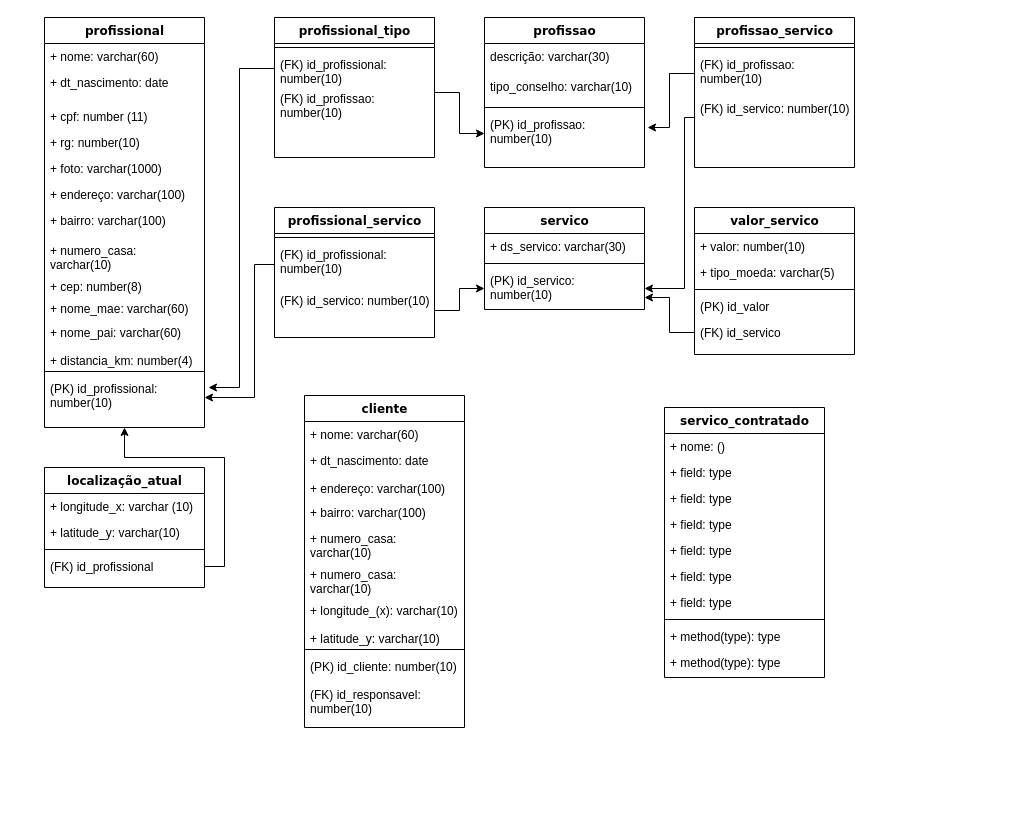
Above: ProjetoBD.drawio in merycd/flavio (draw.io), before the change. Source tidied: cells renumbered, new cells numbered last; positions are measured from the earlier drawing's top-left corner, leaving out a move shared by most shapes. Both pictures are drawn from the tidied source at 100%, with x=0, y=0 at pixel (44, 17).
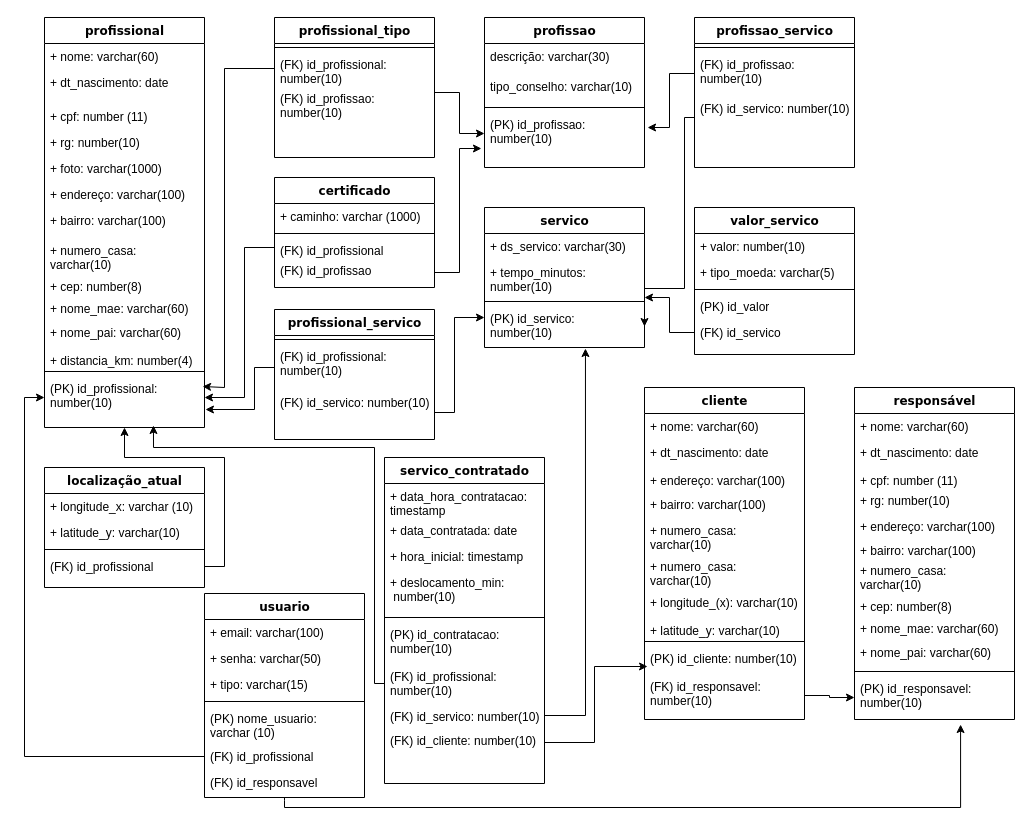
Above is the later version.

The change refers to these unchanged cells:
```xml
<mxCell id="16" value="(PK) id_profissional: number(10)" style="text;html=1;strokeColor=none;fillColor=none;align=left;verticalAlign=top;spacingLeft=4;spacingRight=4;whiteSpace=wrap;overflow=hidden;points=[[0,0.5],[1,0.5]];portConstraint=eastwest;" parent="2" vertex="1">
  <mxGeometry y="358" width="160" height="44" as="geometry" />
</mxCell>
<mxCell id="21" value="(PK) id_profissao: number(10)" style="text;html=1;strokeColor=none;fillColor=none;align=left;verticalAlign=top;spacingLeft=4;spacingRight=4;whiteSpace=wrap;overflow=hidden;points=[[0,0.5],[1,0.5]];portConstraint=eastwest;" parent="17" vertex="1">
  <mxGeometry y="94" width="160" height="44" as="geometry" />
</mxCell>
<mxCell id="28" value="(FK) id_profissional: number(10)" style="text;html=1;strokeColor=none;fillColor=none;align=left;verticalAlign=top;spacingLeft=4;spacingRight=4;whiteSpace=wrap;overflow=hidden;points=[[0,0.5],[1,0.5]];portConstraint=eastwest;" parent="26" vertex="1">
  <mxGeometry y="34" width="160" height="34" as="geometry" />
</mxCell>
<mxCell id="49" value="(FK) id_profissional: number(10)" style="text;html=1;strokeColor=none;fillColor=none;align=left;verticalAlign=top;spacingLeft=4;spacingRight=4;whiteSpace=wrap;overflow=hidden;points=[[0,0.5],[1,0.5]];portConstraint=eastwest;" parent="47" vertex="1">
  <mxGeometry y="34" width="160" height="46" as="geometry" />
</mxCell>
<mxCell id="50" value="(FK) id_servico: number(10)" style="text;html=1;strokeColor=none;fillColor=none;align=left;verticalAlign=top;spacingLeft=4;spacingRight=4;whiteSpace=wrap;overflow=hidden;points=[[0,0.5],[1,0.5]];portConstraint=eastwest;" parent="47" vertex="1">
  <mxGeometry y="80" width="160" height="46" as="geometry" />
</mxCell>
<mxCell id="78" value="(PK) id_cliente: number(10)" style="text;html=1;strokeColor=none;fillColor=none;align=left;verticalAlign=top;spacingLeft=4;spacingRight=4;whiteSpace=wrap;overflow=hidden;points=[[0,0.5],[1,0.5]];portConstraint=eastwest;" parent="68" vertex="1">
  <mxGeometry y="258" width="160" height="28" as="geometry" />
</mxCell>
<mxCell id="79" value="(FK) id_responsavel: number(10)" style="text;html=1;strokeColor=none;fillColor=none;align=left;verticalAlign=top;spacingLeft=4;spacingRight=4;whiteSpace=wrap;overflow=hidden;points=[[0,0.5],[1,0.5]];portConstraint=eastwest;" parent="68" vertex="1">
  <mxGeometry y="286" width="160" height="44" as="geometry" />
</mxCell>
```

The edit, as a diff of the source:
```diff
@@
     <mxCell id="22" value="servico" style="swimlane;html=1;fontStyle=1;align=center;verticalAlign=top;horizontal=1;startSize=26;swimlaneFillColor=#ffffff;rounded=0;shadow=0;comic=0;labelBackgroundColor=none;strokeWidth=1;fillColor=none;fontFamily=Verdana;fontSize=12;" parent="1" vertex="1">
-      <mxGeometry x="440" y="190" width="160" height="102" as="geometry" />
+      <mxGeometry x="440" y="190" width="160" height="140" as="geometry" />
     </mxCell>
@@
+    <mxCell id="80" value="+ tempo_minutos: number(10)" style="text;html=1;strokeColor=none;fillColor=none;align=left;verticalAlign=top;spacingLeft=4;spacingRight=4;whiteSpace=wrap;overflow=hidden;" parent="22" vertex="1">
+      <mxGeometry y="52" width="160" height="38" as="geometry" />
+    </mxCell>
     <mxCell id="24" style="line;html=1;strokeWidth=1;fillColor=none;align=left;verticalAlign=middle;spacingTop=-1;spacingLeft=3;spacingRight=3;labelPosition=right;" parent="22" vertex="1">
-      <mxGeometry y="52" width="160" height="8" as="geometry" />
+      <mxGeometry y="90" width="160" height="8" as="geometry" />
     </mxCell>
     <mxCell id="25" value="(PK) id_servico: number(10)" style="text;html=1;strokeColor=none;fillColor=none;align=left;verticalAlign=top;spacingLeft=4;spacingRight=4;whiteSpace=wrap;overflow=hidden;points=[[0,0.5],[1,0.5]];portConstraint=eastwest;" parent="22" vertex="1">
-      <mxGeometry y="60" width="160" height="42" as="geometry" />
+      <mxGeometry y="98" width="160" height="42" as="geometry" />
     </mxCell>
@@
     <mxCell id="36" value="servico_contratado" style="swimlane;html=1;fontStyle=1;align=center;verticalAlign=top;horizontal=1;startSize=26;swimlaneFillColor=#ffffff;rounded=0;shadow=0;comic=0;labelBackgroundColor=none;strokeWidth=1;fillColor=none;fontFamily=Verdana;fontSize=12;" parent="1" vertex="1">
-      <mxGeometry x="620" y="390" width="160" height="270" as="geometry" />
+      <mxGeometry x="340" y="440" width="160" height="326" as="geometry" />
     </mxCell>
-    <mxCell id="37" value="+ nome: ()" style="text;html=1;strokeColor=none;fillColor=none;align=left;verticalAlign=top;spacingLeft=4;spacingRight=4;whiteSpace=wrap;overflow=hidden;" parent="36" vertex="1">
-      <mxGeometry y="26" width="160" height="26" as="geometry" />
+    <mxCell id="37" value="+ data_hora_contratacao: timestamp" style="text;html=1;strokeColor=none;fillColor=none;align=left;verticalAlign=top;spacingLeft=4;spacingRight=4;whiteSpace=wrap;overflow=hidden;" parent="36" vertex="1">
+      <mxGeometry y="26" width="160" height="34" as="geometry" />
     </mxCell>
-    <mxCell id="38" value="+ field: type" style="text;html=1;strokeColor=none;fillColor=none;align=left;verticalAlign=top;spacingLeft=4;spacingRight=4;whiteSpace=wrap;overflow=hidden;" parent="36" vertex="1">
-      <mxGeometry y="52" width="160" height="26" as="geometry" />
+    <mxCell id="38" value="+ data_contratada: date" style="text;html=1;strokeColor=none;fillColor=none;align=left;verticalAlign=top;spacingLeft=4;spacingRight=4;whiteSpace=wrap;overflow=hidden;" parent="36" vertex="1">
+      <mxGeometry y="60" width="160" height="26" as="geometry" />
     </mxCell>
-    <mxCell id="39" value="+ field: type" style="text;html=1;strokeColor=none;fillColor=none;align=left;verticalAlign=top;spacingLeft=4;spacingRight=4;whiteSpace=wrap;overflow=hidden;" parent="36" vertex="1">
-      <mxGeometry y="78" width="160" height="26" as="geometry" />
-    </mxCell>
-    <mxCell id="40" value="+ field: type" style="text;html=1;strokeColor=none;fillColor=none;align=left;verticalAlign=top;spacingLeft=4;spacingRight=4;whiteSpace=wrap;overflow=hidden;" parent="36" vertex="1">
-      <mxGeometry y="104" width="160" height="26" as="geometry" />
-    </mxCell>
-    <mxCell id="41" value="+ field: type" style="text;html=1;strokeColor=none;fillColor=none;align=left;verticalAlign=top;spacingLeft=4;spacingRight=4;whiteSpace=wrap;overflow=hidden;" parent="36" vertex="1">
-      <mxGeometry y="130" width="160" height="26" as="geometry" />
-    </mxCell>
-    <mxCell id="42" value="+ field: type" style="text;html=1;strokeColor=none;fillColor=none;align=left;verticalAlign=top;spacingLeft=4;spacingRight=4;whiteSpace=wrap;overflow=hidden;" parent="36" vertex="1">
-      <mxGeometry y="156" width="160" height="26" as="geometry" />
-    </mxCell>
-    <mxCell id="43" value="+ field: type" style="text;html=1;strokeColor=none;fillColor=none;align=left;verticalAlign=top;spacingLeft=4;spacingRight=4;whiteSpace=wrap;overflow=hidden;" parent="36" vertex="1">
-      <mxGeometry y="182" width="160" height="26" as="geometry" />
-    </mxCell>
+    <mxCell id="81" value="+ hora_inicial: timestamp" style="text;html=1;strokeColor=none;fillColor=none;align=left;verticalAlign=top;spacingLeft=4;spacingRight=4;whiteSpace=wrap;overflow=hidden;" parent="36" vertex="1">
+      <mxGeometry y="86" width="160" height="26" as="geometry" />
+    </mxCell>
+    <mxCell id="82" value="+ deslocamento_min: &amp;nbsp;number(10)" style="text;html=1;strokeColor=none;fillColor=none;align=left;verticalAlign=top;spacingLeft=4;spacingRight=4;whiteSpace=wrap;overflow=hidden;" parent="36" vertex="1">
+      <mxGeometry y="112" width="160" height="44" as="geometry" />
+    </mxCell>
     <mxCell id="44" style="line;html=1;strokeWidth=1;fillColor=none;align=left;verticalAlign=middle;spacingTop=-1;spacingLeft=3;spacingRight=3;labelPosition=right;" parent="36" vertex="1">
-      <mxGeometry y="208" width="160" height="8" as="geometry" />
+      <mxGeometry y="156" width="160" height="8" as="geometry" />
     </mxCell>
-    <mxCell id="45" value="+ method(type): type" style="text;html=1;strokeColor=none;fillColor=none;align=left;verticalAlign=top;spacingLeft=4;spacingRight=4;whiteSpace=wrap;overflow=hidden;" parent="36" vertex="1">
-      <mxGeometry y="216" width="160" height="26" as="geometry" />
+    <mxCell id="45" value="(PK) id_contratacao: number(10)" style="text;html=1;strokeColor=none;fillColor=none;align=left;verticalAlign=top;spacingLeft=4;spacingRight=4;whiteSpace=wrap;overflow=hidden;" parent="36" vertex="1">
+      <mxGeometry y="164" width="160" height="42" as="geometry" />
     </mxCell>
-    <mxCell id="46" value="+ method(type): type" style="text;html=1;strokeColor=none;fillColor=none;align=left;verticalAlign=top;spacingLeft=4;spacingRight=4;whiteSpace=wrap;overflow=hidden;points=[[0,0.5],[1,0.5]];portConstraint=eastwest;" parent="36" vertex="1">
-      <mxGeometry y="242" width="160" height="26" as="geometry" />
+    <mxCell id="46" value="(FK) id_profissional: number(10)" style="text;html=1;strokeColor=none;fillColor=none;align=left;verticalAlign=top;spacingLeft=4;spacingRight=4;whiteSpace=wrap;overflow=hidden;points=[[0,0.5],[1,0.5]];portConstraint=eastwest;" parent="36" vertex="1">
+      <mxGeometry y="206" width="160" height="40" as="geometry" />
     </mxCell>
+    <mxCell id="83" value="(FK) id_servico: number(10)" style="text;html=1;strokeColor=none;fillColor=none;align=left;verticalAlign=top;spacingLeft=4;spacingRight=4;whiteSpace=wrap;overflow=hidden;points=[[0,0.5],[1,0.5]];portConstraint=eastwest;" parent="36" vertex="1">
+      <mxGeometry y="246" width="160" height="24" as="geometry" />
+    </mxCell>
+    <mxCell id="84" value="(FK) id_cliente: number(10)" style="text;html=1;strokeColor=none;fillColor=none;align=left;verticalAlign=top;spacingLeft=4;spacingRight=4;whiteSpace=wrap;overflow=hidden;points=[[0,0.5],[1,0.5]];portConstraint=eastwest;" parent="36" vertex="1">
+      <mxGeometry y="270" width="160" height="30" as="geometry" />
+    </mxCell>
     <mxCell id="47" value="profissional_servico" style="swimlane;html=1;fontStyle=1;align=center;verticalAlign=top;horizontal=1;startSize=26;swimlaneFillColor=#ffffff;rounded=0;shadow=0;comic=0;labelBackgroundColor=none;strokeWidth=1;fillColor=none;fontFamily=Verdana;fontSize=12;" parent="1" vertex="1">
-      <mxGeometry x="230" y="190" width="160" height="130" as="geometry" />
+      <mxGeometry x="230" y="292" width="160" height="130" as="geometry" />
     </mxCell>
@@
-    <mxCell id="57" style="edgeStyle=orthogonalEdgeStyle;rounded=0;jettySize=auto;html=1;entryX=1.025;entryY=0.273;entryDx=0;entryDy=0;entryPerimeter=0;" parent="1" edge="1" source="28" target="16">
+    <mxCell id="57" style="edgeStyle=orthogonalEdgeStyle;rounded=0;jettySize=auto;html=1;entryX=0.988;entryY=0.25;entryDx=0;entryDy=0;entryPerimeter=0;" parent="1" edge="1" source="28" target="16">
       <mxGeometry relative="1" as="geometry">
         <Array as="points">
-          <mxPoint x="195" y="51" />
-          <mxPoint x="195" y="370" />
+          <mxPoint x="180" y="51" />
+          <mxPoint x="180" y="370" />
         </Array>
       </mxGeometry>
     </mxCell>
@@
-    <mxCell id="59" style="edgeStyle=orthogonalEdgeStyle;rounded=0;jettySize=auto;html=1;entryX=1;entryY=0.5;entryDx=0;entryDy=0;" parent="1" edge="1" source="49" target="16">
+    <mxCell id="59" style="edgeStyle=orthogonalEdgeStyle;rounded=0;jettySize=auto;html=1;entryX=1.006;entryY=0.773;entryDx=0;entryDy=0;exitX=0;exitY=0.5;exitDx=0;exitDy=0;entryPerimeter=0;" parent="1" edge="1" source="49" target="16">
       <mxGeometry relative="1" as="geometry">
         <Array as="points">
-          <mxPoint x="210" y="247" />
-          <mxPoint x="210" y="380" />
+          <mxPoint x="230" y="350" />
+          <mxPoint x="210" y="350" />
+          <mxPoint x="210" y="392" />
         </Array>
       </mxGeometry>
     </mxCell>
-    <mxCell id="60" style="edgeStyle=orthogonalEdgeStyle;rounded=0;jettySize=auto;html=1;entryX=0;entryY=0.5;entryDx=0;entryDy=0;" parent="1" edge="1" source="50" target="25">
-      <mxGeometry relative="1" as="geometry" />
+    <mxCell id="60" style="edgeStyle=orthogonalEdgeStyle;rounded=0;jettySize=auto;html=1;" parent="1" edge="1" source="50">
+      <mxGeometry relative="1" as="geometry">
+        <mxPoint x="440" y="300" as="targetPoint" />
+        <Array as="points">
+          <mxPoint x="410" y="395" />
+          <mxPoint x="410" y="300" />
+          <mxPoint x="440" y="300" />
+        </Array>
+      </mxGeometry>
     </mxCell>
@@
     <mxCell id="68" value="cliente" style="swimlane;html=1;fontStyle=1;align=center;verticalAlign=top;horizontal=1;startSize=26;swimlaneFillColor=#ffffff;rounded=0;shadow=0;comic=0;labelBackgroundColor=none;strokeWidth=1;fillColor=none;fontFamily=Verdana;fontSize=12;" parent="1" vertex="1">
-      <mxGeometry x="260" y="378" width="160" height="332" as="geometry" />
+      <mxGeometry x="600" y="370" width="160" height="332" as="geometry" />
     </mxCell>
@@
+    <mxCell id="85" value="responsável" style="swimlane;html=1;fontStyle=1;align=center;verticalAlign=top;horizontal=1;startSize=26;swimlaneFillColor=#ffffff;rounded=0;shadow=0;comic=0;labelBackgroundColor=none;strokeWidth=1;fillColor=none;fontFamily=Verdana;fontSize=12;" parent="1" vertex="1">
+      <mxGeometry x="810" y="370" width="160" height="332" as="geometry" />
+    </mxCell>
+    <mxCell id="86" value="+ nome: varchar(60)" style="text;html=1;strokeColor=none;fillColor=none;align=left;verticalAlign=top;spacingLeft=4;spacingRight=4;whiteSpace=wrap;overflow=hidden;" parent="85" vertex="1">
+      <mxGeometry y="26" width="160" height="26" as="geometry" />
+    </mxCell>
+    <mxCell id="87" value="+ dt_nascimento: date" style="text;html=1;strokeColor=none;fillColor=none;align=left;verticalAlign=top;spacingLeft=4;spacingRight=4;whiteSpace=wrap;overflow=hidden;" parent="85" vertex="1">
+      <mxGeometry y="52" width="160" height="28" as="geometry" />
+    </mxCell>
+    <mxCell id="88" value="+ cpf: number (11)" style="text;html=1;strokeColor=none;fillColor=none;align=left;verticalAlign=top;spacingLeft=4;spacingRight=4;whiteSpace=wrap;overflow=hidden;" parent="85" vertex="1">
+      <mxGeometry y="80" width="160" height="20" as="geometry" />
+    </mxCell>
+    <mxCell id="89" value="+ rg: number(10)" style="text;html=1;strokeColor=none;fillColor=none;align=left;verticalAlign=top;spacingLeft=4;spacingRight=4;whiteSpace=wrap;overflow=hidden;" parent="85" vertex="1">
+      <mxGeometry y="100" width="160" height="26" as="geometry" />
+    </mxCell>
+    <mxCell id="90" value="+ endereço: varchar(100)" style="text;html=1;strokeColor=none;fillColor=none;align=left;verticalAlign=top;spacingLeft=4;spacingRight=4;whiteSpace=wrap;overflow=hidden;" parent="85" vertex="1">
+      <mxGeometry y="126" width="160" height="24" as="geometry" />
+    </mxCell>
+    <mxCell id="91" value="+ bairro: varchar(100)" style="text;html=1;strokeColor=none;fillColor=none;align=left;verticalAlign=top;spacingLeft=4;spacingRight=4;whiteSpace=wrap;overflow=hidden;" parent="85" vertex="1">
+      <mxGeometry y="150" width="160" height="20" as="geometry" />
+    </mxCell>
+    <mxCell id="92" value="+ numero_casa: varchar(10)" style="text;html=1;strokeColor=none;fillColor=none;align=left;verticalAlign=top;spacingLeft=4;spacingRight=4;whiteSpace=wrap;overflow=hidden;" parent="85" vertex="1">
+      <mxGeometry y="170" width="160" height="36" as="geometry" />
+    </mxCell>
+    <mxCell id="93" value="+ cep: number(8)" style="text;html=1;strokeColor=none;fillColor=none;align=left;verticalAlign=top;spacingLeft=4;spacingRight=4;whiteSpace=wrap;overflow=hidden;" parent="85" vertex="1">
+      <mxGeometry y="206" width="160" height="22" as="geometry" />
+    </mxCell>
+    <mxCell id="94" value="+ nome_mae: varchar(60)" style="text;html=1;strokeColor=none;fillColor=none;align=left;verticalAlign=top;spacingLeft=4;spacingRight=4;whiteSpace=wrap;overflow=hidden;" parent="85" vertex="1">
+      <mxGeometry y="228" width="160" height="24" as="geometry" />
+    </mxCell>
+    <mxCell id="95" value="+ nome_pai: varchar(60)" style="text;html=1;strokeColor=none;fillColor=none;align=left;verticalAlign=top;spacingLeft=4;spacingRight=4;whiteSpace=wrap;overflow=hidden;" parent="85" vertex="1">
+      <mxGeometry y="252" width="160" height="28" as="geometry" />
+    </mxCell>
+    <mxCell id="96" style="line;html=1;strokeWidth=1;fillColor=none;align=left;verticalAlign=middle;spacingTop=-1;spacingLeft=3;spacingRight=3;labelPosition=right;" parent="85" vertex="1">
+      <mxGeometry y="280" width="160" height="8" as="geometry" />
+    </mxCell>
+    <mxCell id="97" value="(PK) id_responsavel: number(10)" style="text;html=1;strokeColor=none;fillColor=none;align=left;verticalAlign=top;spacingLeft=4;spacingRight=4;whiteSpace=wrap;overflow=hidden;points=[[0,0.5],[1,0.5]];portConstraint=eastwest;" parent="85" vertex="1">
+      <mxGeometry y="288" width="160" height="44" as="geometry" />
+    </mxCell>
+    <mxCell id="98" style="edgeStyle=orthogonalEdgeStyle;rounded=0;jettySize=auto;html=1;" parent="1" edge="1" source="79" target="97">
+      <mxGeometry relative="1" as="geometry" />
+    </mxCell>
+    <mxCell id="99" value="certificado" style="swimlane;html=1;fontStyle=1;align=center;verticalAlign=top;horizontal=1;startSize=26;swimlaneFillColor=#ffffff;rounded=0;shadow=0;comic=0;labelBackgroundColor=none;strokeWidth=1;fillColor=none;fontFamily=Verdana;fontSize=12;" parent="1" vertex="1">
+      <mxGeometry x="230" y="160" width="160" height="110" as="geometry" />
+    </mxCell>
+    <mxCell id="100" value="+ caminho: varchar (1000)" style="text;html=1;strokeColor=none;fillColor=none;align=left;verticalAlign=top;spacingLeft=4;spacingRight=4;whiteSpace=wrap;overflow=hidden;" parent="99" vertex="1">
+      <mxGeometry y="26" width="160" height="26" as="geometry" />
+    </mxCell>
+    <mxCell id="101" style="line;html=1;strokeWidth=1;fillColor=none;align=left;verticalAlign=middle;spacingTop=-1;spacingLeft=3;spacingRight=3;labelPosition=right;" parent="99" vertex="1">
+      <mxGeometry y="52" width="160" height="8" as="geometry" />
+    </mxCell>
+    <mxCell id="102" value="(FK) id_profissional" style="text;html=1;strokeColor=none;fillColor=none;align=left;verticalAlign=top;spacingLeft=4;spacingRight=4;whiteSpace=wrap;overflow=hidden;points=[[0,0.5],[1,0.5]];portConstraint=eastwest;" parent="99" vertex="1">
+      <mxGeometry y="60" width="160" height="20" as="geometry" />
+    </mxCell>
+    <mxCell id="103" value="(FK) id_profissao" style="text;html=1;strokeColor=none;fillColor=none;align=left;verticalAlign=top;spacingLeft=4;spacingRight=4;whiteSpace=wrap;overflow=hidden;points=[[0,0.5],[1,0.5]];portConstraint=eastwest;" parent="99" vertex="1">
+      <mxGeometry y="80" width="160" height="30" as="geometry" />
+    </mxCell>
+    <mxCell id="104" style="edgeStyle=orthogonalEdgeStyle;rounded=0;jettySize=auto;html=1;exitX=0;exitY=0.5;exitDx=0;exitDy=0;entryX=1;entryY=0.5;entryDx=0;entryDy=0;" parent="1" edge="1" source="102" target="16">
+      <mxGeometry relative="1" as="geometry">
+        <Array as="points">
+          <mxPoint x="200" y="230" />
+          <mxPoint x="200" y="380" />
+        </Array>
+      </mxGeometry>
+    </mxCell>
+    <mxCell id="105" style="edgeStyle=orthogonalEdgeStyle;rounded=0;jettySize=auto;html=1;entryX=-0.019;entryY=0.841;entryDx=0;entryDy=0;entryPerimeter=0;" parent="1" edge="1" source="103" target="21">
+      <mxGeometry relative="1" as="geometry" />
+    </mxCell>
+    <mxCell id="106" style="edgeStyle=orthogonalEdgeStyle;rounded=0;jettySize=auto;html=1;entryX=0.681;entryY=1.136;entryDx=0;entryDy=0;entryPerimeter=0;" parent="1" edge="1" source="46" target="16">
+      <mxGeometry relative="1" as="geometry">
+        <Array as="points">
+          <mxPoint x="330" y="666" />
+          <mxPoint x="330" y="430" />
+          <mxPoint x="109" y="430" />
+        </Array>
+      </mxGeometry>
+    </mxCell>
+    <mxCell id="107" style="edgeStyle=orthogonalEdgeStyle;rounded=0;jettySize=auto;html=1;entryX=0.631;entryY=1.024;entryDx=0;entryDy=0;entryPerimeter=0;" parent="1" edge="1" source="83" target="25">
+      <mxGeometry relative="1" as="geometry" />
+    </mxCell>
+    <mxCell id="108" style="edgeStyle=orthogonalEdgeStyle;rounded=0;jettySize=auto;html=1;entryX=0.019;entryY=0.75;entryDx=0;entryDy=0;entryPerimeter=0;" parent="1" edge="1" source="84" target="78">
+      <mxGeometry relative="1" as="geometry" />
+    </mxCell>
+    <mxCell id="109" value="usuario" style="swimlane;html=1;fontStyle=1;align=center;verticalAlign=top;horizontal=1;startSize=26;swimlaneFillColor=#ffffff;rounded=0;shadow=0;comic=0;labelBackgroundColor=none;strokeWidth=1;fillColor=none;fontFamily=Verdana;fontSize=12;" parent="1" vertex="1">
+      <mxGeometry x="160" y="576" width="160" height="204" as="geometry" />
+    </mxCell>
+    <mxCell id="110" value="+ email: varchar(100)" style="text;html=1;strokeColor=none;fillColor=none;align=left;verticalAlign=top;spacingLeft=4;spacingRight=4;whiteSpace=wrap;overflow=hidden;" parent="109" vertex="1">
+      <mxGeometry y="26" width="160" height="26" as="geometry" />
+    </mxCell>
+    <mxCell id="111" value="+ senha: varchar(50)" style="text;html=1;strokeColor=none;fillColor=none;align=left;verticalAlign=top;spacingLeft=4;spacingRight=4;whiteSpace=wrap;overflow=hidden;" parent="109" vertex="1">
+      <mxGeometry y="52" width="160" height="26" as="geometry" />
+    </mxCell>
+    <mxCell id="112" value="+ tipo: varchar(15)" style="text;html=1;strokeColor=none;fillColor=none;align=left;verticalAlign=top;spacingLeft=4;spacingRight=4;whiteSpace=wrap;overflow=hidden;" parent="109" vertex="1">
+      <mxGeometry y="78" width="160" height="26" as="geometry" />
+    </mxCell>
+    <mxCell id="113" style="line;html=1;strokeWidth=1;fillColor=none;align=left;verticalAlign=middle;spacingTop=-1;spacingLeft=3;spacingRight=3;labelPosition=right;" parent="109" vertex="1">
+      <mxGeometry y="104" width="160" height="8" as="geometry" />
+    </mxCell>
+    <mxCell id="114" value="(PK) nome_usuario: varchar (10)" style="text;html=1;strokeColor=none;fillColor=none;align=left;verticalAlign=top;spacingLeft=4;spacingRight=4;whiteSpace=wrap;overflow=hidden;" parent="109" vertex="1">
+      <mxGeometry y="112" width="160" height="38" as="geometry" />
+    </mxCell>
+    <mxCell id="115" value="(FK) id_profissional" style="text;html=1;strokeColor=none;fillColor=none;align=left;verticalAlign=top;spacingLeft=4;spacingRight=4;whiteSpace=wrap;overflow=hidden;points=[[0,0.5],[1,0.5]];portConstraint=eastwest;" parent="109" vertex="1">
+      <mxGeometry y="150" width="160" height="26" as="geometry" />
+    </mxCell>
+    <mxCell id="116" value="(FK) id_responsavel" style="text;html=1;strokeColor=none;fillColor=none;align=left;verticalAlign=top;spacingLeft=4;spacingRight=4;whiteSpace=wrap;overflow=hidden;" parent="109" vertex="1">
+      <mxGeometry y="176" width="160" height="26" as="geometry" />
+    </mxCell>
+    <mxCell id="117" style="edgeStyle=orthogonalEdgeStyle;rounded=0;jettySize=auto;html=1;entryX=0;entryY=0.5;entryDx=0;entryDy=0;" parent="1" edge="1" source="115" target="16">
+      <mxGeometry relative="1" as="geometry" />
+    </mxCell>
+    <mxCell id="118" style="edgeStyle=orthogonalEdgeStyle;rounded=0;jettySize=auto;html=1;entryX=0.663;entryY=1.114;entryDx=0;entryDy=0;entryPerimeter=0;" parent="1" edge="1" target="97">
+      <mxGeometry relative="1" as="geometry">
+        <mxPoint x="240" y="780" as="sourcePoint" />
+        <Array as="points">
+          <mxPoint x="240" y="783" />
+          <mxPoint x="240" y="790" />
+          <mxPoint x="916" y="790" />
+        </Array>
+      </mxGeometry>
+    </mxCell>
```
